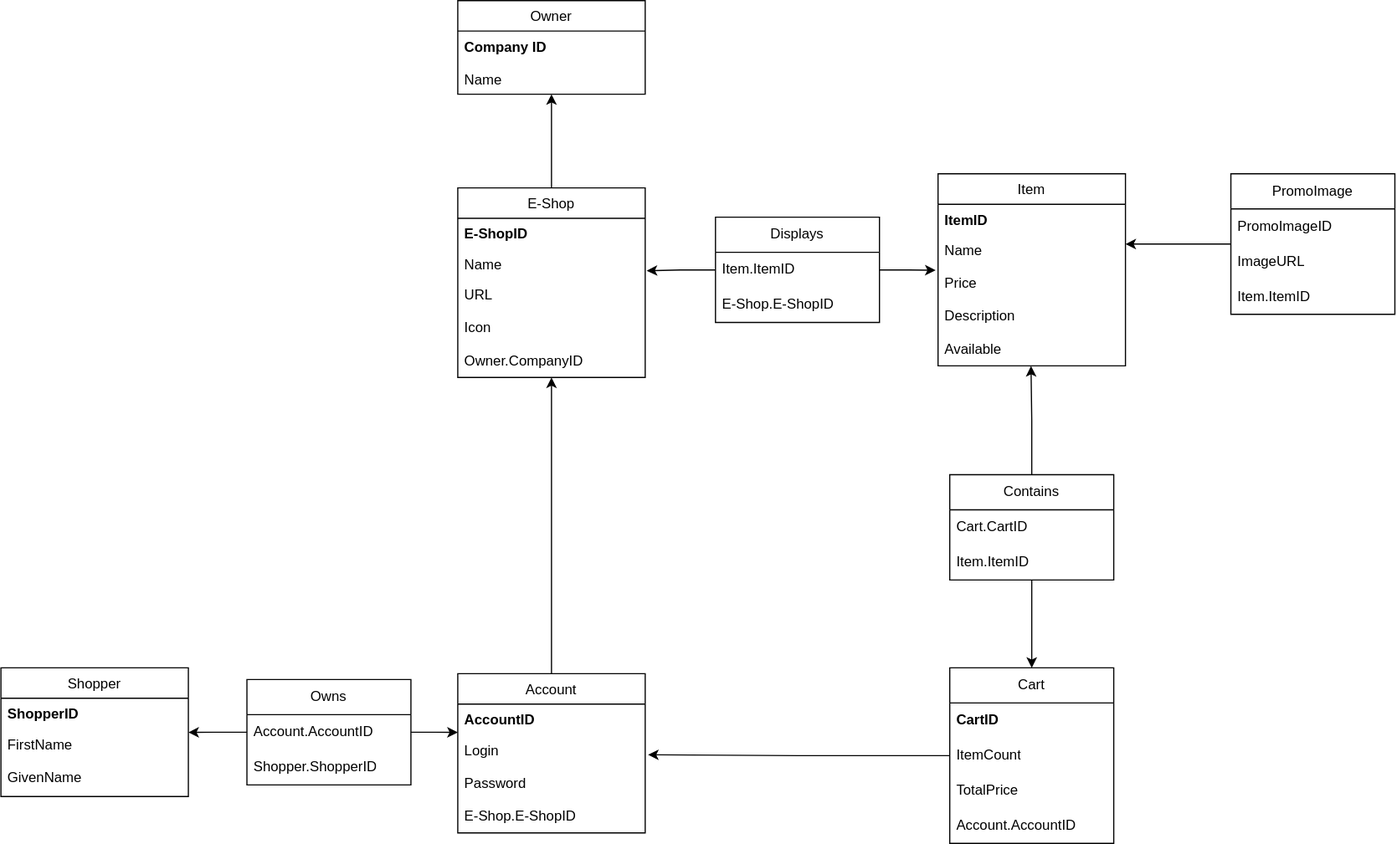
This is HW4/model/relational.svg from Me8mer/NPRG036-Data-Formats, a draw.io export, as it was before one commit. Source tidied: cells renumbered, new cells last; positions are measured from the earlier drawing's top-left corner, leaving out a move shared by most shapes.
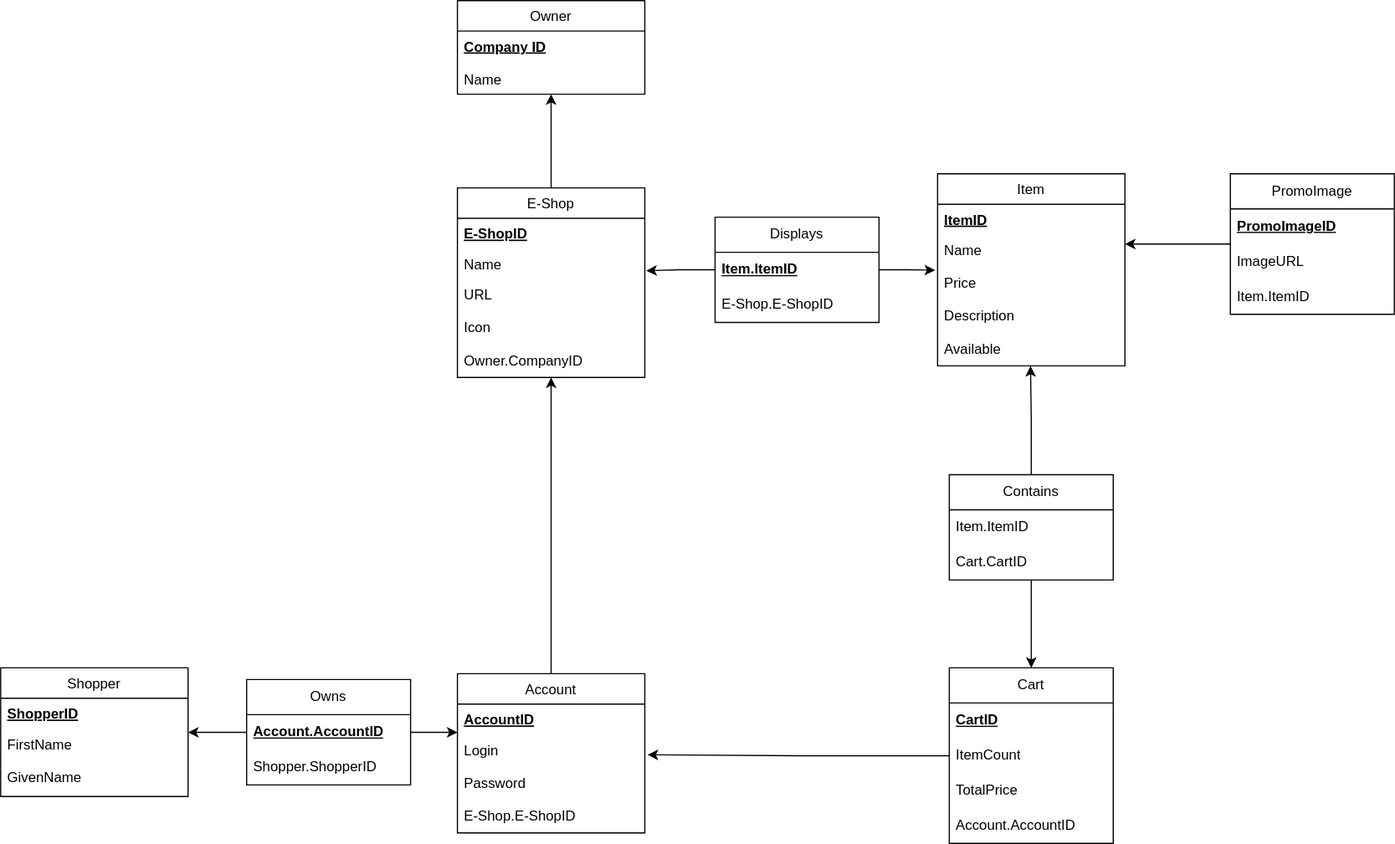
The same diagram one commit later.

Change to the diagram source:
```diff
@@ -5,7 +5,7 @@
     <mxCell id="2" value="Owner&#10;&#10;" style="swimlane;fontStyle=0;align=center;verticalAlign=top;horizontal=1;startSize=26;rounded=0;shadow=0;strokeWidth=1;" parent="1" vertex="1">
       <mxGeometry x="390" width="160" height="80" as="geometry" />
     </mxCell>
-    <mxCell id="3" value="Company ID" style="text;align=left;verticalAlign=top;spacingLeft=4;spacingRight=4;overflow=hidden;rounded=0;shadow=0;html=0;fontStyle=1;" parent="2" vertex="1">
+    <mxCell id="3" value="Company ID" style="text;align=left;verticalAlign=top;spacingLeft=4;spacingRight=4;overflow=hidden;rounded=0;shadow=0;html=0;fontStyle=5;" parent="2" vertex="1">
       <mxGeometry y="26" width="160" height="28" as="geometry" />
     </mxCell>
     <mxCell id="4" value="Name" style="text;align=left;verticalAlign=top;spacingLeft=4;spacingRight=4;overflow=hidden;" parent="2" vertex="1">
@@ -14,7 +14,7 @@
     <mxCell id="5" value="E-Shop&#10;" style="swimlane;fontStyle=0;align=center;verticalAlign=top;horizontal=1;startSize=26;rounded=0;shadow=0;strokeWidth=1;" parent="1" vertex="1">
       <mxGeometry x="390" y="160" width="160" height="162" as="geometry" />
     </mxCell>
-    <mxCell id="6" value="E-ShopID" style="text;align=left;verticalAlign=top;spacingLeft=4;spacingRight=4;overflow=hidden;fontStyle=1;" parent="5" vertex="1">
+    <mxCell id="6" value="E-ShopID" style="text;align=left;verticalAlign=top;spacingLeft=4;spacingRight=4;overflow=hidden;fontStyle=5;" parent="5" vertex="1">
       <mxGeometry y="26" width="160" height="26" as="geometry" />
     </mxCell>
     <mxCell id="7" value="Name" style="text;align=left;verticalAlign=top;spacingLeft=4;spacingRight=4;overflow=hidden;points=[[0,0.5],[1,0.5]];portConstraint=eastwest;" parent="5" vertex="1">
@@ -35,7 +35,7 @@
     <mxCell id="12" value="Account" style="swimlane;fontStyle=0;align=center;verticalAlign=top;horizontal=1;startSize=26;rounded=0;shadow=0;strokeWidth=1;" parent="1" vertex="1">
       <mxGeometry x="390" y="575" width="160" height="136" as="geometry" />
     </mxCell>
-    <mxCell id="13" value="AccountID" style="text;align=left;verticalAlign=top;spacingLeft=4;spacingRight=4;overflow=hidden;points=[[0,0.5],[1,0.5]];portConstraint=eastwest;fontStyle=1;" parent="12" vertex="1">
+    <mxCell id="13" value="AccountID" style="text;align=left;verticalAlign=top;spacingLeft=4;spacingRight=4;overflow=hidden;points=[[0,0.5],[1,0.5]];portConstraint=eastwest;fontStyle=5;" parent="12" vertex="1">
       <mxGeometry y="26" width="160" height="26" as="geometry" />
     </mxCell>
     <mxCell id="14" value="Login" style="text;align=left;verticalAlign=top;spacingLeft=4;spacingRight=4;overflow=hidden;points=[[0,0.5],[1,0.5]];portConstraint=eastwest;rounded=0;shadow=0;html=0;" parent="12" vertex="1">
@@ -50,7 +50,7 @@
     <mxCell id="17" value="Shopper" style="swimlane;fontStyle=0;align=center;verticalAlign=top;horizontal=1;startSize=26;rounded=0;shadow=0;strokeWidth=1;" parent="1" vertex="1">
       <mxGeometry y="570" width="160" height="110" as="geometry" />
     </mxCell>
-    <mxCell id="18" value="ShopperID" style="text;align=left;verticalAlign=top;spacingLeft=4;spacingRight=4;overflow=hidden;fontStyle=1;" parent="17" vertex="1">
+    <mxCell id="18" value="ShopperID" style="text;align=left;verticalAlign=top;spacingLeft=4;spacingRight=4;overflow=hidden;fontStyle=5;" parent="17" vertex="1">
       <mxGeometry y="26" width="160" height="26" as="geometry" />
     </mxCell>
     <mxCell id="19" value="FirstName" style="text;align=left;verticalAlign=top;spacingLeft=4;spacingRight=4;overflow=hidden;points=[[0,0.5],[1,0.5]];portConstraint=eastwest;rounded=0;shadow=0;html=0;" parent="17" vertex="1">
@@ -62,7 +62,7 @@
     <mxCell id="21" value="Owns" style="swimlane;fontStyle=0;horizontal=1;startSize=30;whiteSpace=wrap;html=1;" parent="1" vertex="1">
       <mxGeometry x="210" y="580" width="140" height="90" as="geometry" />
     </mxCell>
-    <mxCell id="22" value="Account.AccountID" style="text;strokeColor=none;fillColor=none;align=left;verticalAlign=middle;spacingLeft=4;spacingRight=4;overflow=hidden;whiteSpace=wrap;html=1;" parent="21" vertex="1">
+    <mxCell id="22" value="Account.AccountID" style="text;strokeColor=none;fillColor=none;align=left;verticalAlign=middle;spacingLeft=4;spacingRight=4;overflow=hidden;whiteSpace=wrap;html=1;fontStyle=5;" parent="21" vertex="1">
       <mxGeometry y="30" width="140" height="30" as="geometry" />
     </mxCell>
     <mxCell id="23" value="Shopper.ShopperID" style="text;strokeColor=none;fillColor=none;align=left;verticalAlign=middle;spacingLeft=4;spacingRight=4;overflow=hidden;whiteSpace=wrap;html=1;" parent="21" vertex="1">
@@ -71,7 +71,7 @@
     <mxCell id="24" value="Item" style="swimlane;fontStyle=0;align=center;verticalAlign=top;horizontal=1;startSize=26;rounded=0;shadow=0;strokeWidth=1;" parent="1" vertex="1">
       <mxGeometry x="800" y="148" width="160" height="164" as="geometry" />
     </mxCell>
-    <mxCell id="25" value="ItemID" style="text;align=left;verticalAlign=top;spacingLeft=4;spacingRight=4;overflow=hidden;fontStyle=1;" parent="24" vertex="1">
+    <mxCell id="25" value="ItemID" style="text;align=left;verticalAlign=top;spacingLeft=4;spacingRight=4;overflow=hidden;fontStyle=5;" parent="24" vertex="1">
       <mxGeometry y="26" width="160" height="26" as="geometry" />
     </mxCell>
     <mxCell id="26" value="Name" style="text;align=left;verticalAlign=top;spacingLeft=4;spacingRight=4;overflow=hidden;rounded=0;shadow=0;html=0;" parent="24" vertex="1">
@@ -89,7 +89,7 @@
     <mxCell id="30" value="Displays" style="swimlane;fontStyle=0;horizontal=1;startSize=30;whiteSpace=wrap;html=1;" parent="1" vertex="1">
       <mxGeometry x="610" y="185" width="140" height="90" as="geometry" />
     </mxCell>
-    <mxCell id="31" value="Item.ItemID" style="text;strokeColor=none;fillColor=none;align=left;verticalAlign=middle;spacingLeft=4;spacingRight=4;overflow=hidden;whiteSpace=wrap;html=1;" parent="30" vertex="1">
+    <mxCell id="31" value="Item.ItemID" style="text;strokeColor=none;fillColor=none;align=left;verticalAlign=middle;spacingLeft=4;spacingRight=4;overflow=hidden;whiteSpace=wrap;html=1;fontStyle=5;" parent="30" vertex="1">
       <mxGeometry y="30" width="140" height="30" as="geometry" />
     </mxCell>
     <mxCell id="32" value="E-Shop.E-ShopID" style="text;strokeColor=none;fillColor=none;align=left;verticalAlign=middle;spacingLeft=4;spacingRight=4;overflow=hidden;whiteSpace=wrap;html=1;" parent="30" vertex="1">
@@ -98,7 +98,7 @@
     <mxCell id="33" value="PromoImage" style="swimlane;fontStyle=0;horizontal=1;startSize=30;whiteSpace=wrap;html=1;" parent="1" vertex="1">
       <mxGeometry x="1050" y="148" width="140" height="120" as="geometry" />
     </mxCell>
-    <mxCell id="34" value="PromoImageID" style="text;strokeColor=none;fillColor=none;align=left;verticalAlign=middle;spacingLeft=4;spacingRight=4;overflow=hidden;whiteSpace=wrap;html=1;" parent="33" vertex="1">
+    <mxCell id="34" value="PromoImageID" style="text;strokeColor=none;fillColor=none;align=left;verticalAlign=middle;spacingLeft=4;spacingRight=4;overflow=hidden;whiteSpace=wrap;html=1;fontStyle=5;" parent="33" vertex="1">
       <mxGeometry y="30" width="140" height="30" as="geometry" />
     </mxCell>
     <mxCell id="35" value="ImageURL" style="text;strokeColor=none;fillColor=none;align=left;verticalAlign=middle;spacingLeft=4;spacingRight=4;overflow=hidden;whiteSpace=wrap;html=1;" parent="33" vertex="1">
@@ -110,7 +110,7 @@
     <mxCell id="37" value="Cart" style="swimlane;fontStyle=0;horizontal=1;startSize=30;whiteSpace=wrap;html=1;" parent="1" vertex="1">
       <mxGeometry x="810" y="570" width="140" height="150" as="geometry" />
     </mxCell>
-    <mxCell id="38" value="CartID" style="text;strokeColor=none;fillColor=none;align=left;verticalAlign=middle;spacingLeft=4;spacingRight=4;overflow=hidden;whiteSpace=wrap;html=1;fontStyle=1;" parent="37" vertex="1">
+    <mxCell id="38" value="CartID" style="text;strokeColor=none;fillColor=none;align=left;verticalAlign=middle;spacingLeft=4;spacingRight=4;overflow=hidden;whiteSpace=wrap;html=1;fontStyle=5;" parent="37" vertex="1">
       <mxGeometry y="30" width="140" height="30" as="geometry" />
     </mxCell>
     <mxCell id="39" value="ItemCount" style="text;strokeColor=none;fillColor=none;align=left;verticalAlign=middle;spacingLeft=4;spacingRight=4;overflow=hidden;whiteSpace=wrap;html=1;" parent="37" vertex="1">
@@ -128,12 +128,12 @@
     <mxCell id="43" value="Contains" style="swimlane;fontStyle=0;horizontal=1;startSize=30;whiteSpace=wrap;html=1;" parent="1" vertex="1">
       <mxGeometry x="810" y="405" width="140" height="90" as="geometry" />
     </mxCell>
+    <mxCell id="45" value="Item.ItemID" style="text;strokeColor=none;fillColor=none;align=left;verticalAlign=middle;spacingLeft=4;spacingRight=4;overflow=hidden;whiteSpace=wrap;html=1;fontStyle=0;" parent="43" vertex="1">
+      <mxGeometry y="30" width="140" height="30" as="geometry" />
+    </mxCell>
-    <mxCell id="44" value="Cart.&lt;span style=&quot;background-color: transparent; color: light-dark(rgb(0, 0, 0), rgb(255, 255, 255));&quot;&gt;CartID&lt;/span&gt;" style="text;strokeColor=none;fillColor=none;align=left;verticalAlign=middle;spacingLeft=4;spacingRight=4;overflow=hidden;whiteSpace=wrap;html=1;" parent="43" vertex="1">
-      <mxGeometry y="30" width="140" height="30" as="geometry" />
+    <mxCell id="44" value="Cart.&lt;span style=&quot;background-color: transparent; color: light-dark(rgb(0, 0, 0), rgb(255, 255, 255));&quot;&gt;CartID&lt;/span&gt;" style="text;strokeColor=none;fillColor=none;align=left;verticalAlign=middle;spacingLeft=4;spacingRight=4;overflow=hidden;whiteSpace=wrap;html=1;fontStyle=0;" parent="43" vertex="1">
+      <mxGeometry y="60" width="140" height="30" as="geometry" />
     </mxCell>
-    <mxCell id="45" value="Item.ItemID" style="text;strokeColor=none;fillColor=none;align=left;verticalAlign=middle;spacingLeft=4;spacingRight=4;overflow=hidden;whiteSpace=wrap;html=1;" parent="43" vertex="1">
-      <mxGeometry y="60" width="140" height="30" as="geometry" />
-    </mxCell>
     <mxCell id="46" style="edgeStyle=orthogonalEdgeStyle;rounded=0;jettySize=auto;html=1;" parent="1" edge="1" source="5">
       <mxGeometry relative="1" as="geometry">
         <mxPoint x="470" y="80" as="targetPoint" />
```
